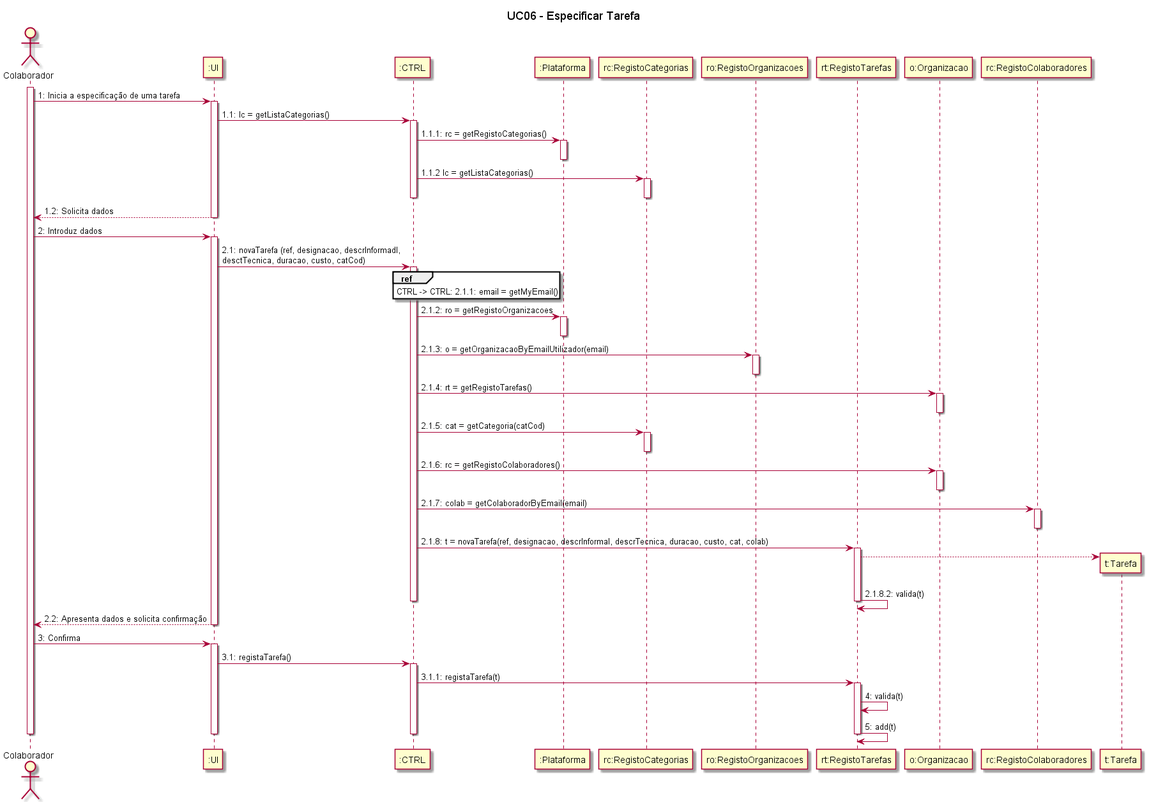
Before: Sprint 2/UC06_Especificar_Tarefa/UC06_Especificar_Tarefa_Diagrama_Sequencia.png, a diagram exported from PlantUML (blestonbandeiraUPSKILL/upskill_java1_labprg_grupo2). The source it was exported from:
```plantuml
@startuml

title UC06 - Especificar Tarefa


actor Colaborador
participant ":UI" as UI
participant ":CTRL" as CTRL
participant ":Plataforma" as Plataforma
participant "rc:RegistoCategorias" as RegistoCategorias
participant "ro:RegistoOrganizacoes" as RegistoOrganizacoes
participant "rt:RegistoTarefas" as RegistoTarefas
participant "o:Organizacao" as Organizacao
participant "rc:RegistoColaboradores" as RegistoColaboradores

activate Colaborador
Colaborador -> UI: 1: Inicia a especificação de uma tarefa
activate UI
UI -> CTRL: 1.1: lc = getListaCategorias()
activate CTRL
CTRL -> Plataforma: 1.1.1: rc = getRegistoCategorias()
activate Plataforma
deactivate Plataforma
CTRL -> RegistoCategorias: 1.1.2 lc = getListaCategorias()
activate RegistoCategorias
deactivate RegistoCategorias
deactivate CTRL
UI --> Colaborador: 1.2: Solicita dados
deactivate UI

Colaborador -> UI: 2: Introduz dados
activate UI
UI -> CTRL: 2.1: novaTarefa (ref, designacao, descrInformadl, \ndesctTecnica, duracao, custo, catCod)
activate CTRL
ref over CTRL
CTRL -> CTRL: 2.1.1: email = getMyEmail()
end ref
CTRL -> Plataforma: 2.1.2: ro = getRegistoOrganizacoes
activate Plataforma
deactivate Plataforma
CTRL -> RegistoOrganizacoes: 2.1.3: o = getOrganizacaoByEmailUtilizador(email)
activate RegistoOrganizacoes
deactivate RegistoOrganizacoes
CTRL -> Organizacao: 2.1.4: rt = getRegistoTarefas()
activate Organizacao
deactivate Organizacao
CTRL -> RegistoCategorias: 2.1.5: cat = getCategoria(catCod)
activate RegistoCategorias
deactivate RegistoCategorias
CTRL -> Organizacao: 2.1.6: rc = getRegistoColaboradores()
activate Organizacao
deactivate Organizacao
CTRL -> RegistoColaboradores: 2.1.7: colab = getColaboradorByEmail(email)
activate RegistoColaboradores
deactivate RegistoColaboradores
CTRL -> RegistoTarefas: 2.1.8: t = novaTarefa(ref, designacao, descrInformal, descrTecnica, duracao, custo, cat, colab)
activate RegistoTarefas
RegistoTarefas --> "t:Tarefa" **
RegistoTarefas -> RegistoTarefas: 2.1.8.2: valida(t)
deactivate RegistoTarefas
deactivate CTRL
UI --> Colaborador: 2.2: Apresenta dados e solicita confirmação
deactivate UI
Colaborador -> UI: 3: Confirma
activate UI
UI -> CTRL: 3.1: registaTarefa()
activate CTRL
CTRL -> RegistoTarefas: 3.1.1: registaTarefa(t)
activate RegistoTarefas
RegistoTarefas -> RegistoTarefas: 4: valida(t)
RegistoTarefas -> RegistoTarefas: 5: add(t)
deactivate RegistoTarefas
deactivate CTRL
deactivate UI
deactivate Colaborador











@enduml
```
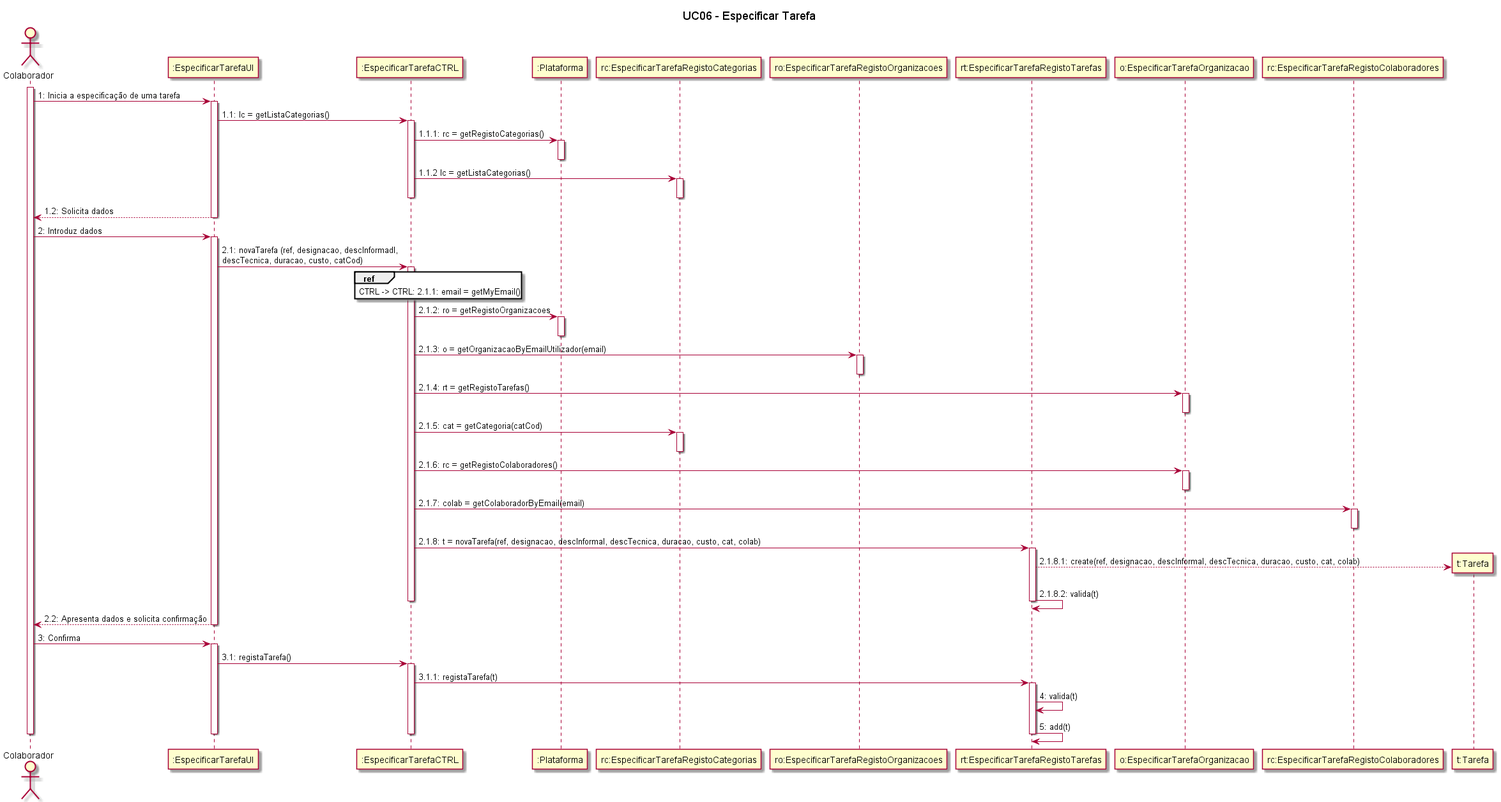
Above is the later version.

Commit message:
UC06 - diagrama classes

The edit, as a diff of the source:
```diff
@@ -4,14 +4,14 @@
 
 
 actor Colaborador
-participant ":UI" as UI
-participant ":CTRL" as CTRL
+participant ":EspecificarTarefaUI" as UI
+participant ":EspecificarTarefaCTRL" as CTRL
 participant ":Plataforma" as Plataforma
-participant "rc:RegistoCategorias" as RegistoCategorias
-participant "ro:RegistoOrganizacoes" as RegistoOrganizacoes
-participant "rt:RegistoTarefas" as RegistoTarefas
-participant "o:Organizacao" as Organizacao
-participant "rc:RegistoColaboradores" as RegistoColaboradores
+participant "rc:EspecificarTarefaRegistoCategorias" as RegistoCategorias
+participant "ro:EspecificarTarefaRegistoOrganizacoes" as RegistoOrganizacoes
+participant "rt:EspecificarTarefaRegistoTarefas" as RegistoTarefas
+participant "o:EspecificarTarefaOrganizacao" as Organizacao
+participant "rc:EspecificarTarefaRegistoColaboradores" as RegistoColaboradores
 
 activate Colaborador
 Colaborador -> UI: 1: Inicia a especificação de uma tarefa
@@ -30,7 +30,7 @@
 
 Colaborador -> UI: 2: Introduz dados
 activate UI
-UI -> CTRL: 2.1: novaTarefa (ref, designacao, descrInformadl, \ndesctTecnica, duracao, custo, catCod)
+UI -> CTRL: 2.1: novaTarefa (ref, designacao, descInformadl, \ndescTecnica, duracao, custo, catCod)
 activate CTRL
 ref over CTRL
 CTRL -> CTRL: 2.1.1: email = getMyEmail()
@@ -53,9 +53,9 @@
 CTRL -> RegistoColaboradores: 2.1.7: colab = getColaboradorByEmail(email)
 activate RegistoColaboradores
 deactivate RegistoColaboradores
-CTRL -> RegistoTarefas: 2.1.8: t = novaTarefa(ref, designacao, descrInformal, descrTecnica, duracao, custo, cat, colab)
+CTRL -> RegistoTarefas: 2.1.8: t = novaTarefa(ref, designacao, descInformal, descTecnica, duracao, custo, cat, colab)
 activate RegistoTarefas
-RegistoTarefas --> "t:Tarefa" **
+RegistoTarefas --> "t:Tarefa" **: 2.1.8.1: create(ref, designacao, descInformal, descTecnica, duracao, custo, cat, colab)
 RegistoTarefas -> RegistoTarefas: 2.1.8.2: valida(t)
 deactivate RegistoTarefas
 deactivate CTRL
```
